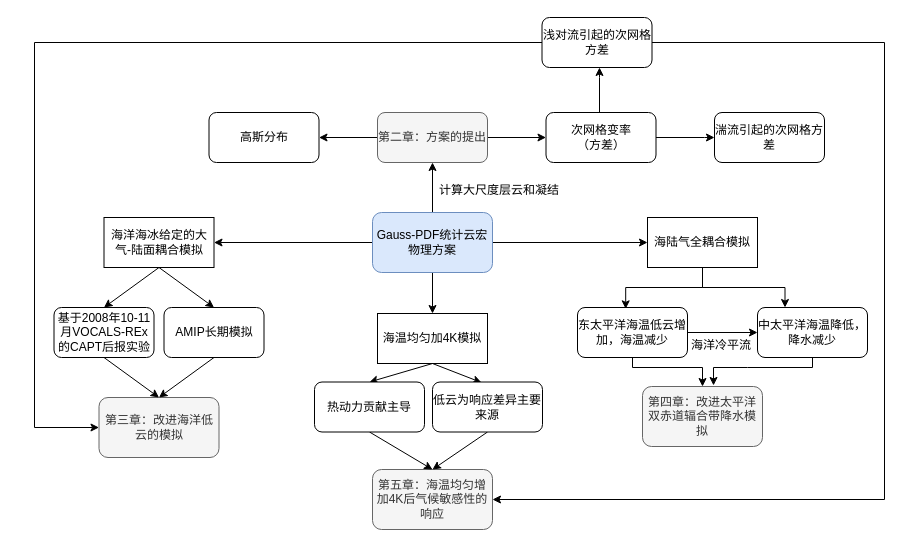
The draw.io diagram dissertation-technique flowchart.drawio in qinyia/drawio.output, before the edit. Source tidied: cells renumbered, new cells numbered last; positions are measured from the earlier drawing's top-left corner, leaving out a move shared by most shapes. Both pictures are drawn from the tidied source at 100%, with x=0, y=0 at pixel (34, 17).
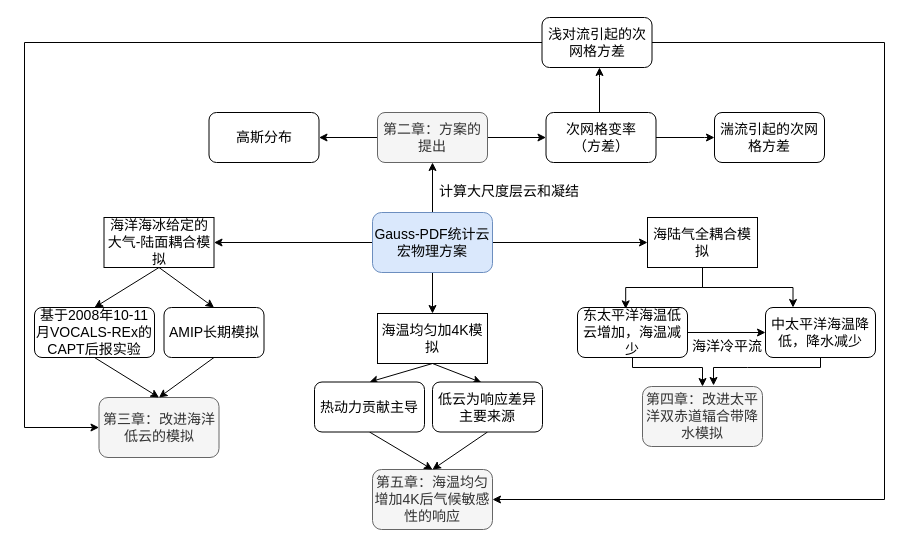
Above is the later version.

The edit, as a diff of the source:
```diff
@@
-    <mxCell id="2" style="edgeStyle=orthogonalEdgeStyle;rounded=0;jettySize=auto;html=1;" parent="1" edge="1" source="6" target="9">
+    <mxCell id="2" style="edgeStyle=orthogonalEdgeStyle;rounded=0;jettySize=auto;html=1;fontSize=14;" parent="1" edge="1" source="6" target="9">
       <mxGeometry relative="1" as="geometry" />
     </mxCell>
-    <mxCell id="3" style="edgeStyle=orthogonalEdgeStyle;rounded=0;jettySize=auto;html=1;entryX=0;entryY=0.5;entryDx=0;entryDy=0;" parent="1" edge="1" source="6" target="31">
+    <mxCell id="3" style="edgeStyle=orthogonalEdgeStyle;rounded=0;jettySize=auto;html=1;entryX=0;entryY=0.5;entryDx=0;entryDy=0;fontSize=14;" parent="1" edge="1" source="6" target="31">
       <mxGeometry relative="1" as="geometry" />
     </mxCell>
-    <mxCell id="4" style="edgeStyle=none;rounded=0;jettySize=auto;html=1;exitX=0.5;exitY=1;exitDx=0;exitDy=0;entryX=0.5;entryY=0;entryDx=0;entryDy=0;" parent="1" edge="1" source="6" target="34">
+    <mxCell id="4" style="edgeStyle=none;rounded=0;jettySize=auto;html=1;exitX=0.5;exitY=1;exitDx=0;exitDy=0;entryX=0.5;entryY=0;entryDx=0;entryDy=0;fontSize=14;" parent="1" edge="1" source="6" target="34">
       <mxGeometry relative="1" as="geometry" />
     </mxCell>
-    <mxCell id="5" style="edgeStyle=orthogonalEdgeStyle;rounded=0;jettySize=auto;html=1;exitX=0;exitY=0.5;exitDx=0;exitDy=0;entryX=1;entryY=0.5;entryDx=0;entryDy=0;" parent="1" edge="1" source="6" target="26">
+    <mxCell id="5" style="edgeStyle=orthogonalEdgeStyle;rounded=0;jettySize=auto;html=1;exitX=0;exitY=0.5;exitDx=0;exitDy=0;entryX=1;entryY=0.5;entryDx=0;entryDy=0;fontSize=14;" parent="1" edge="1" source="6" target="26">
       <mxGeometry relative="1" as="geometry" />
     </mxCell>
-    <mxCell id="6" value="Gauss-PDF统计云宏物理方案" style="rounded=1;whiteSpace=wrap;html=1;fillColor=#dae8fc;strokeColor=#6c8ebf;" parent="1" vertex="1">
+    <mxCell id="6" value="Gauss-PDF统计云宏物理方案" style="rounded=1;whiteSpace=wrap;html=1;fillColor=#dae8fc;strokeColor=#6c8ebf;fontSize=14;" parent="1" vertex="1">
       <mxGeometry x="338" y="195" width="120" height="60" as="geometry" />
     </mxCell>
-    <mxCell id="7" style="edgeStyle=orthogonalEdgeStyle;rounded=0;jettySize=auto;html=1;" parent="1" edge="1" source="9" target="17">
+    <mxCell id="7" style="edgeStyle=orthogonalEdgeStyle;rounded=0;jettySize=auto;html=1;fontSize=14;" parent="1" edge="1" source="9" target="17">
       <mxGeometry relative="1" as="geometry" />
     </mxCell>
-    <mxCell id="8" style="edgeStyle=orthogonalEdgeStyle;rounded=0;jettySize=auto;html=1;" parent="1" edge="1" source="9" target="12">
+    <mxCell id="8" style="edgeStyle=orthogonalEdgeStyle;rounded=0;jettySize=auto;html=1;fontSize=14;" parent="1" edge="1" source="9" target="12">
       <mxGeometry relative="1" as="geometry" />
     </mxCell>
-    <mxCell id="9" value="第二章：方案的提出" style="rounded=1;whiteSpace=wrap;html=1;fillColor=#f5f5f5;strokeColor=#666666;fontColor=#333333;" parent="1" vertex="1">
+    <mxCell id="9" value="第二章：方案的提出" style="rounded=1;whiteSpace=wrap;html=1;fillColor=#f5f5f5;strokeColor=#666666;fontColor=#333333;fontSize=14;" parent="1" vertex="1">
       <mxGeometry x="343" y="95" width="110" height="50" as="geometry" />
     </mxCell>
-    <mxCell id="10" style="edgeStyle=orthogonalEdgeStyle;rounded=0;jettySize=auto;html=1;" parent="1" edge="1" source="12" target="16">
+    <mxCell id="10" style="edgeStyle=orthogonalEdgeStyle;rounded=0;jettySize=auto;html=1;fontSize=14;" parent="1" edge="1" source="12" target="16">
       <mxGeometry relative="1" as="geometry">
         <Array as="points">
           <mxPoint x="670" y="120" />
           <mxPoint x="670" y="120" />
         </Array>
       </mxGeometry>
     </mxCell>
-    <mxCell id="11" style="edgeStyle=orthogonalEdgeStyle;rounded=0;jettySize=auto;html=1;" parent="1" edge="1" source="12" target="15">
+    <mxCell id="11" style="edgeStyle=orthogonalEdgeStyle;rounded=0;jettySize=auto;html=1;fontSize=14;" parent="1" edge="1" source="12" target="15">
       <mxGeometry relative="1" as="geometry">
         <Array as="points">
           <mxPoint x="565" y="60" />
           <mxPoint x="565" y="60" />
         </Array>
       </mxGeometry>
     </mxCell>
-    <mxCell id="12" value="次网格变率&lt;br&gt;（方差）" style="rounded=1;whiteSpace=wrap;html=1;" parent="1" vertex="1">
+    <mxCell id="12" value="次网格变率&lt;br style=&quot;font-size: 14px;&quot;&gt;（方差）" style="rounded=1;whiteSpace=wrap;html=1;fontSize=14;" parent="1" vertex="1">
       <mxGeometry x="511.5" y="95" width="110" height="50" as="geometry" />
     </mxCell>
-    <mxCell id="13" style="edgeStyle=orthogonalEdgeStyle;rounded=0;jettySize=auto;html=1;entryX=0;entryY=0.5;entryDx=0;entryDy=0;" parent="1" edge="1" source="15" target="20">
+    <mxCell id="13" style="edgeStyle=orthogonalEdgeStyle;rounded=0;jettySize=auto;html=1;entryX=0;entryY=0.5;entryDx=0;entryDy=0;fontSize=14;" parent="1" edge="1" source="15" target="20">
       <mxGeometry relative="1" as="geometry">
         <Array as="points">
-          <mxPoint y="25" />
-          <mxPoint y="410" />
+          <mxPoint x="-10" y="25" />
+          <mxPoint x="-10" y="410" />
         </Array>
       </mxGeometry>
     </mxCell>
-    <mxCell id="14" style="edgeStyle=orthogonalEdgeStyle;rounded=0;jettySize=auto;html=1;exitX=1;exitY=0.5;exitDx=0;exitDy=0;entryX=1;entryY=0.5;entryDx=0;entryDy=0;" parent="1" edge="1" source="15" target="18">
+    <mxCell id="14" style="edgeStyle=orthogonalEdgeStyle;rounded=0;jettySize=auto;html=1;exitX=1;exitY=0.5;exitDx=0;exitDy=0;entryX=1;entryY=0.5;entryDx=0;entryDy=0;fontSize=14;" parent="1" edge="1" source="15" target="18">
       <mxGeometry relative="1" as="geometry">
         <Array as="points">
           <mxPoint x="850" y="25" />
           <mxPoint x="850" y="482" />
         </Array>
       </mxGeometry>
     </mxCell>
-    <mxCell id="15" value="浅对流引起的次网格方差" style="rounded=1;whiteSpace=wrap;html=1;" parent="1" vertex="1">
+    <mxCell id="15" value="浅对流引起的次网格方差" style="rounded=1;whiteSpace=wrap;html=1;fontSize=14;" parent="1" vertex="1">
       <mxGeometry x="507.5" width="110" height="50" as="geometry" />
     </mxCell>
-    <mxCell id="16" value="湍流引起的次网格方差" style="rounded=1;whiteSpace=wrap;html=1;" parent="1" vertex="1">
+    <mxCell id="16" value="湍流引起的次网格方差" style="rounded=1;whiteSpace=wrap;html=1;fontSize=14;" parent="1" vertex="1">
       <mxGeometry x="680" y="95" width="110" height="50" as="geometry" />
     </mxCell>
-    <mxCell id="17" value="高斯分布" style="rounded=1;whiteSpace=wrap;html=1;" parent="1" vertex="1">
+    <mxCell id="17" value="高斯分布" style="rounded=1;whiteSpace=wrap;html=1;fontSize=14;" parent="1" vertex="1">
       <mxGeometry x="174.5" y="95" width="110" height="50" as="geometry" />
     </mxCell>
-    <mxCell id="18" value="第五章：海温均匀增加4K后气候敏感性的响应" style="rounded=1;whiteSpace=wrap;html=1;fillColor=#f5f5f5;strokeColor=#666666;fontColor=#333333;" parent="1" vertex="1">
+    <mxCell id="18" value="第五章：海温均匀增加4K后气候敏感性的响应" style="rounded=1;whiteSpace=wrap;html=1;fillColor=#f5f5f5;strokeColor=#666666;fontColor=#333333;fontSize=14;" parent="1" vertex="1">
       <mxGeometry x="338" y="452" width="120" height="60" as="geometry" />
     </mxCell>
-    <mxCell id="19" value="第四章：改进太平洋双赤道辐合带降水模拟" style="rounded=1;whiteSpace=wrap;html=1;fillColor=#f5f5f5;strokeColor=#666666;fontColor=#333333;" parent="1" vertex="1">
+    <mxCell id="19" value="第四章：改进太平洋双赤道辐合带降水模拟" style="rounded=1;whiteSpace=wrap;html=1;fillColor=#f5f5f5;strokeColor=#666666;fontColor=#333333;fontSize=14;" parent="1" vertex="1">
       <mxGeometry x="608" y="369" width="120" height="60" as="geometry" />
     </mxCell>
-    <mxCell id="20" value="第三章：改进海洋低云的模拟" style="rounded=1;whiteSpace=wrap;html=1;fillColor=#f5f5f5;strokeColor=#666666;fontColor=#333333;" parent="1" vertex="1">
+    <mxCell id="20" value="第三章：改进海洋低云的模拟" style="rounded=1;whiteSpace=wrap;html=1;fillColor=#f5f5f5;strokeColor=#666666;fontColor=#333333;fontSize=14;" parent="1" vertex="1">
       <mxGeometry x="64.5" y="380" width="120" height="60" as="geometry" />
     </mxCell>
-    <mxCell id="21" style="edgeStyle=none;rounded=0;jettySize=auto;html=1;exitX=0.5;exitY=1;exitDx=0;exitDy=0;entryX=0.5;entryY=0;entryDx=0;entryDy=0;" parent="1" edge="1" source="22" target="20">
+    <mxCell id="21" style="edgeStyle=none;rounded=0;jettySize=auto;html=1;exitX=0.5;exitY=1;exitDx=0;exitDy=0;entryX=0.5;entryY=0;entryDx=0;entryDy=0;fontSize=14;" parent="1" edge="1" source="22" target="20">
       <mxGeometry relative="1" as="geometry" />
     </mxCell>
-    <mxCell id="22" value="AMIP长期模拟" style="rounded=1;whiteSpace=wrap;html=1;" parent="1" vertex="1">
+    <mxCell id="22" value="AMIP长期模拟" style="rounded=1;whiteSpace=wrap;html=1;fontSize=14;" parent="1" vertex="1">
       <mxGeometry x="129.5" y="290" width="100" height="50" as="geometry" />
     </mxCell>
-    <mxCell id="23" value="计算大尺度层云和凝结" style="text;html=1;align=left;verticalAlign=top;spacingTop=-4;" parent="1" vertex="1">
+    <mxCell id="23" value="计算大尺度层云和凝结" style="text;html=1;align=left;verticalAlign=top;spacingTop=-4;fontSize=14;" parent="1" vertex="1">
       <mxGeometry x="403" y="163" width="140" height="20" as="geometry" />
     </mxCell>
-    <mxCell id="24" style="edgeStyle=none;rounded=0;jettySize=auto;html=1;exitX=0.5;exitY=1;exitDx=0;exitDy=0;entryX=0.5;entryY=0;entryDx=0;entryDy=0;" parent="1" edge="1" source="26" target="22">
+    <mxCell id="24" style="edgeStyle=none;rounded=0;jettySize=auto;html=1;exitX=0.5;exitY=1;exitDx=0;exitDy=0;entryX=0.5;entryY=0;entryDx=0;entryDy=0;fontSize=14;" parent="1" edge="1" source="26" target="22">
       <mxGeometry relative="1" as="geometry" />
     </mxCell>
-    <mxCell id="25" style="edgeStyle=none;rounded=0;jettySize=auto;html=1;exitX=0.5;exitY=1;exitDx=0;exitDy=0;entryX=0.5;entryY=0;entryDx=0;entryDy=0;" parent="1" edge="1" source="26" target="28">
+    <mxCell id="25" style="edgeStyle=none;rounded=0;jettySize=auto;html=1;exitX=0.5;exitY=1;exitDx=0;exitDy=0;entryX=0.5;entryY=0;entryDx=0;entryDy=0;fontSize=14;" parent="1" edge="1" source="26" target="28">
       <mxGeometry relative="1" as="geometry" />
     </mxCell>
-    <mxCell id="26" value="海洋海冰给定的大气-陆面耦合模拟" style="rounded=0;whiteSpace=wrap;html=1;" parent="1" vertex="1">
+    <mxCell id="26" value="海洋海冰给定的大气-陆面耦合模拟" style="rounded=0;whiteSpace=wrap;html=1;fontSize=14;" parent="1" vertex="1">
       <mxGeometry x="69.5" y="200" width="110" height="50" as="geometry" />
     </mxCell>
-    <mxCell id="27" style="edgeStyle=none;rounded=0;jettySize=auto;html=1;exitX=0.5;exitY=1;exitDx=0;exitDy=0;entryX=0.5;entryY=0;entryDx=0;entryDy=0;" parent="1" edge="1" source="28" target="20">
+    <mxCell id="27" style="edgeStyle=none;rounded=0;jettySize=auto;html=1;exitX=0.5;exitY=1;exitDx=0;exitDy=0;entryX=0.5;entryY=0;entryDx=0;entryDy=0;fontSize=14;" parent="1" edge="1" source="28" target="20">
       <mxGeometry relative="1" as="geometry" />
     </mxCell>
-    <mxCell id="28" value="基于2008年10-11月VOCALS-REx的CAPT后报实验" style="rounded=1;whiteSpace=wrap;html=1;" parent="1" vertex="1">
-      <mxGeometry x="19.5" y="290" width="100" height="50" as="geometry" />
+    <mxCell id="28" value="基于2008年10-11月VOCALS-REx的CAPT后报实验" style="rounded=1;whiteSpace=wrap;html=1;fontSize=14;" parent="1" vertex="1">
+      <mxGeometry y="290" width="120" height="50" as="geometry" />
     </mxCell>
-    <mxCell id="29" style="edgeStyle=orthogonalEdgeStyle;rounded=0;jettySize=auto;html=1;exitX=0.5;exitY=1;exitDx=0;exitDy=0;entryX=0.25;entryY=0;entryDx=0;entryDy=0;" parent="1" edge="1" source="31" target="36">
+    <mxCell id="29" style="edgeStyle=orthogonalEdgeStyle;rounded=0;jettySize=auto;html=1;exitX=0.5;exitY=1;exitDx=0;exitDy=0;entryX=0.25;entryY=0;entryDx=0;entryDy=0;fontSize=14;" parent="1" edge="1" source="31" target="36">
       <mxGeometry relative="1" as="geometry" />
     </mxCell>
-    <mxCell id="30" style="edgeStyle=orthogonalEdgeStyle;rounded=0;jettySize=auto;html=1;exitX=0.5;exitY=1;exitDx=0;exitDy=0;entryX=0.438;entryY=0.027;entryDx=0;entryDy=0;entryPerimeter=0;" parent="1" edge="1" source="31" target="39">
+    <mxCell id="30" style="edgeStyle=orthogonalEdgeStyle;rounded=0;jettySize=auto;html=1;exitX=0.5;exitY=1;exitDx=0;exitDy=0;entryX=0.438;entryY=0.027;entryDx=0;entryDy=0;entryPerimeter=0;fontSize=14;" parent="1" edge="1" source="31" target="39">
       <mxGeometry relative="1" as="geometry" />
     </mxCell>
-    <mxCell id="31" value="海陆气全耦合模拟" style="rounded=0;whiteSpace=wrap;html=1;" parent="1" vertex="1">
+    <mxCell id="31" value="海陆气全耦合模拟" style="rounded=0;whiteSpace=wrap;html=1;fontSize=14;" parent="1" vertex="1">
       <mxGeometry x="613" y="200" width="110" height="50" as="geometry" />
     </mxCell>
-    <mxCell id="32" style="edgeStyle=none;rounded=0;jettySize=auto;html=1;exitX=0.5;exitY=1;exitDx=0;exitDy=0;entryX=0.5;entryY=0;entryDx=0;entryDy=0;" parent="1" edge="1" source="34" target="42">
+    <mxCell id="32" style="edgeStyle=none;rounded=0;jettySize=auto;html=1;exitX=0.5;exitY=1;exitDx=0;exitDy=0;entryX=0.5;entryY=0;entryDx=0;entryDy=0;fontSize=14;" parent="1" edge="1" source="34" target="42">
       <mxGeometry relative="1" as="geometry" />
     </mxCell>
-    <mxCell id="33" style="edgeStyle=none;rounded=0;jettySize=auto;html=1;exitX=0.5;exitY=1;exitDx=0;exitDy=0;entryX=0.445;entryY=0.01;entryDx=0;entryDy=0;entryPerimeter=0;" parent="1" edge="1" source="34" target="44">
+    <mxCell id="33" style="edgeStyle=none;rounded=0;jettySize=auto;html=1;exitX=0.5;exitY=1;exitDx=0;exitDy=0;entryX=0.445;entryY=0.01;entryDx=0;entryDy=0;entryPerimeter=0;fontSize=14;" parent="1" edge="1" source="34" target="44">
       <mxGeometry relative="1" as="geometry" />
     </mxCell>
-    <mxCell id="34" value="海温均匀加4K模拟" style="rounded=0;whiteSpace=wrap;html=1;" parent="1" vertex="1">
+    <mxCell id="34" value="海温均匀加4K模拟" style="rounded=0;whiteSpace=wrap;html=1;fontSize=14;" parent="1" vertex="1">
       <mxGeometry x="343" y="296" width="110" height="50" as="geometry" />
     </mxCell>
-    <mxCell id="35" style="edgeStyle=orthogonalEdgeStyle;rounded=0;jettySize=auto;html=1;exitX=0.5;exitY=1;exitDx=0;exitDy=0;entryX=0.592;entryY=-0.017;entryDx=0;entryDy=0;entryPerimeter=0;" parent="1" edge="1" source="36" target="19">
+    <mxCell id="35" style="edgeStyle=orthogonalEdgeStyle;rounded=0;jettySize=auto;html=1;exitX=0.5;exitY=1;exitDx=0;exitDy=0;entryX=0.592;entryY=-0.017;entryDx=0;entryDy=0;entryPerimeter=0;fontSize=14;" parent="1" edge="1" source="36" target="19">
       <mxGeometry relative="1" as="geometry">
         <Array as="points">
           <mxPoint x="713" y="350" />
           <mxPoint x="641" y="350" />
         </Array>
       </mxGeometry>
     </mxCell>
-    <mxCell id="36" value="中太平洋海温降低，降水减少" style="rounded=1;whiteSpace=wrap;html=1;" parent="1" vertex="1">
-      <mxGeometry x="723" y="290" width="110" height="50" as="geometry" />
+    <mxCell id="36" value="中太平洋海温降低，降水减少" style="rounded=1;whiteSpace=wrap;html=1;fontSize=14;" parent="1" vertex="1">
+      <mxGeometry x="731" y="290" width="110" height="50" as="geometry" />
     </mxCell>
-    <mxCell id="37" style="edgeStyle=none;rounded=0;jettySize=auto;html=1;" parent="1" edge="1" source="39" target="36">
+    <mxCell id="37" style="edgeStyle=none;rounded=0;jettySize=auto;html=1;fontSize=14;" parent="1" edge="1" source="39" target="36">
       <mxGeometry relative="1" as="geometry" />
     </mxCell>
-    <mxCell id="38" style="edgeStyle=orthogonalEdgeStyle;rounded=0;jettySize=auto;html=1;exitX=0.5;exitY=1;exitDx=0;exitDy=0;" parent="1" edge="1" source="39" target="19">
+    <mxCell id="38" style="edgeStyle=orthogonalEdgeStyle;rounded=0;jettySize=auto;html=1;exitX=0.5;exitY=1;exitDx=0;exitDy=0;fontSize=14;" parent="1" edge="1" source="39" target="19">
       <mxGeometry relative="1" as="geometry">
         <Array as="points">
           <mxPoint x="598" y="350" />
           <mxPoint x="668" y="350" />
         </Array>
       </mxGeometry>
     </mxCell>
-    <mxCell id="39" value="东太平洋海温低云增加，海温减少" style="rounded=1;whiteSpace=wrap;html=1;" parent="1" vertex="1">
+    <mxCell id="39" value="东太平洋海温低云增加，海温减少" style="rounded=1;whiteSpace=wrap;html=1;fontSize=14;" parent="1" vertex="1">
       <mxGeometry x="543" y="290" width="110" height="50" as="geometry" />
     </mxCell>
-    <mxCell id="40" value="海洋冷平流" style="text;html=1;align=left;verticalAlign=top;spacingTop=-4;" parent="1" vertex="1">
-      <mxGeometry x="655" y="318" width="80" height="20" as="geometry" />
+    <mxCell id="40" value="海洋冷平流" style="text;html=1;align=left;verticalAlign=top;spacingTop=-4;fontSize=14;" parent="1" vertex="1">
+      <mxGeometry x="656" y="318" width="80" height="20" as="geometry" />
     </mxCell>
-    <mxCell id="41" style="edgeStyle=none;rounded=0;jettySize=auto;html=1;exitX=0.5;exitY=1;exitDx=0;exitDy=0;entryX=0.5;entryY=0;entryDx=0;entryDy=0;" parent="1" edge="1" source="42" target="18">
+    <mxCell id="41" style="edgeStyle=none;rounded=0;jettySize=auto;html=1;exitX=0.5;exitY=1;exitDx=0;exitDy=0;entryX=0.5;entryY=0;entryDx=0;entryDy=0;fontSize=14;" parent="1" edge="1" source="42" target="18">
       <mxGeometry relative="1" as="geometry" />
     </mxCell>
-    <mxCell id="42" value="热动力贡献主导" style="rounded=1;whiteSpace=wrap;html=1;" parent="1" vertex="1">
+    <mxCell id="42" value="热动力贡献主导" style="rounded=1;whiteSpace=wrap;html=1;fontSize=14;" parent="1" vertex="1">
       <mxGeometry x="280" y="364.5" width="110" height="50" as="geometry" />
     </mxCell>
-    <mxCell id="43" style="edgeStyle=none;rounded=0;jettySize=auto;html=1;exitX=0.5;exitY=1;exitDx=0;exitDy=0;entryX=0.5;entryY=0;entryDx=0;entryDy=0;" parent="1" edge="1" source="44" target="18">
+    <mxCell id="43" style="edgeStyle=none;rounded=0;jettySize=auto;html=1;exitX=0.5;exitY=1;exitDx=0;exitDy=0;entryX=0.5;entryY=0;entryDx=0;entryDy=0;fontSize=14;" parent="1" edge="1" source="44" target="18">
       <mxGeometry relative="1" as="geometry" />
     </mxCell>
-    <mxCell id="44" value="低云为响应差异主要来源" style="rounded=1;whiteSpace=wrap;html=1;" parent="1" vertex="1">
+    <mxCell id="44" value="低云为响应差异主要来源" style="rounded=1;whiteSpace=wrap;html=1;fontSize=14;" parent="1" vertex="1">
       <mxGeometry x="398" y="364.5" width="110" height="50" as="geometry" />
     </mxCell>
```
